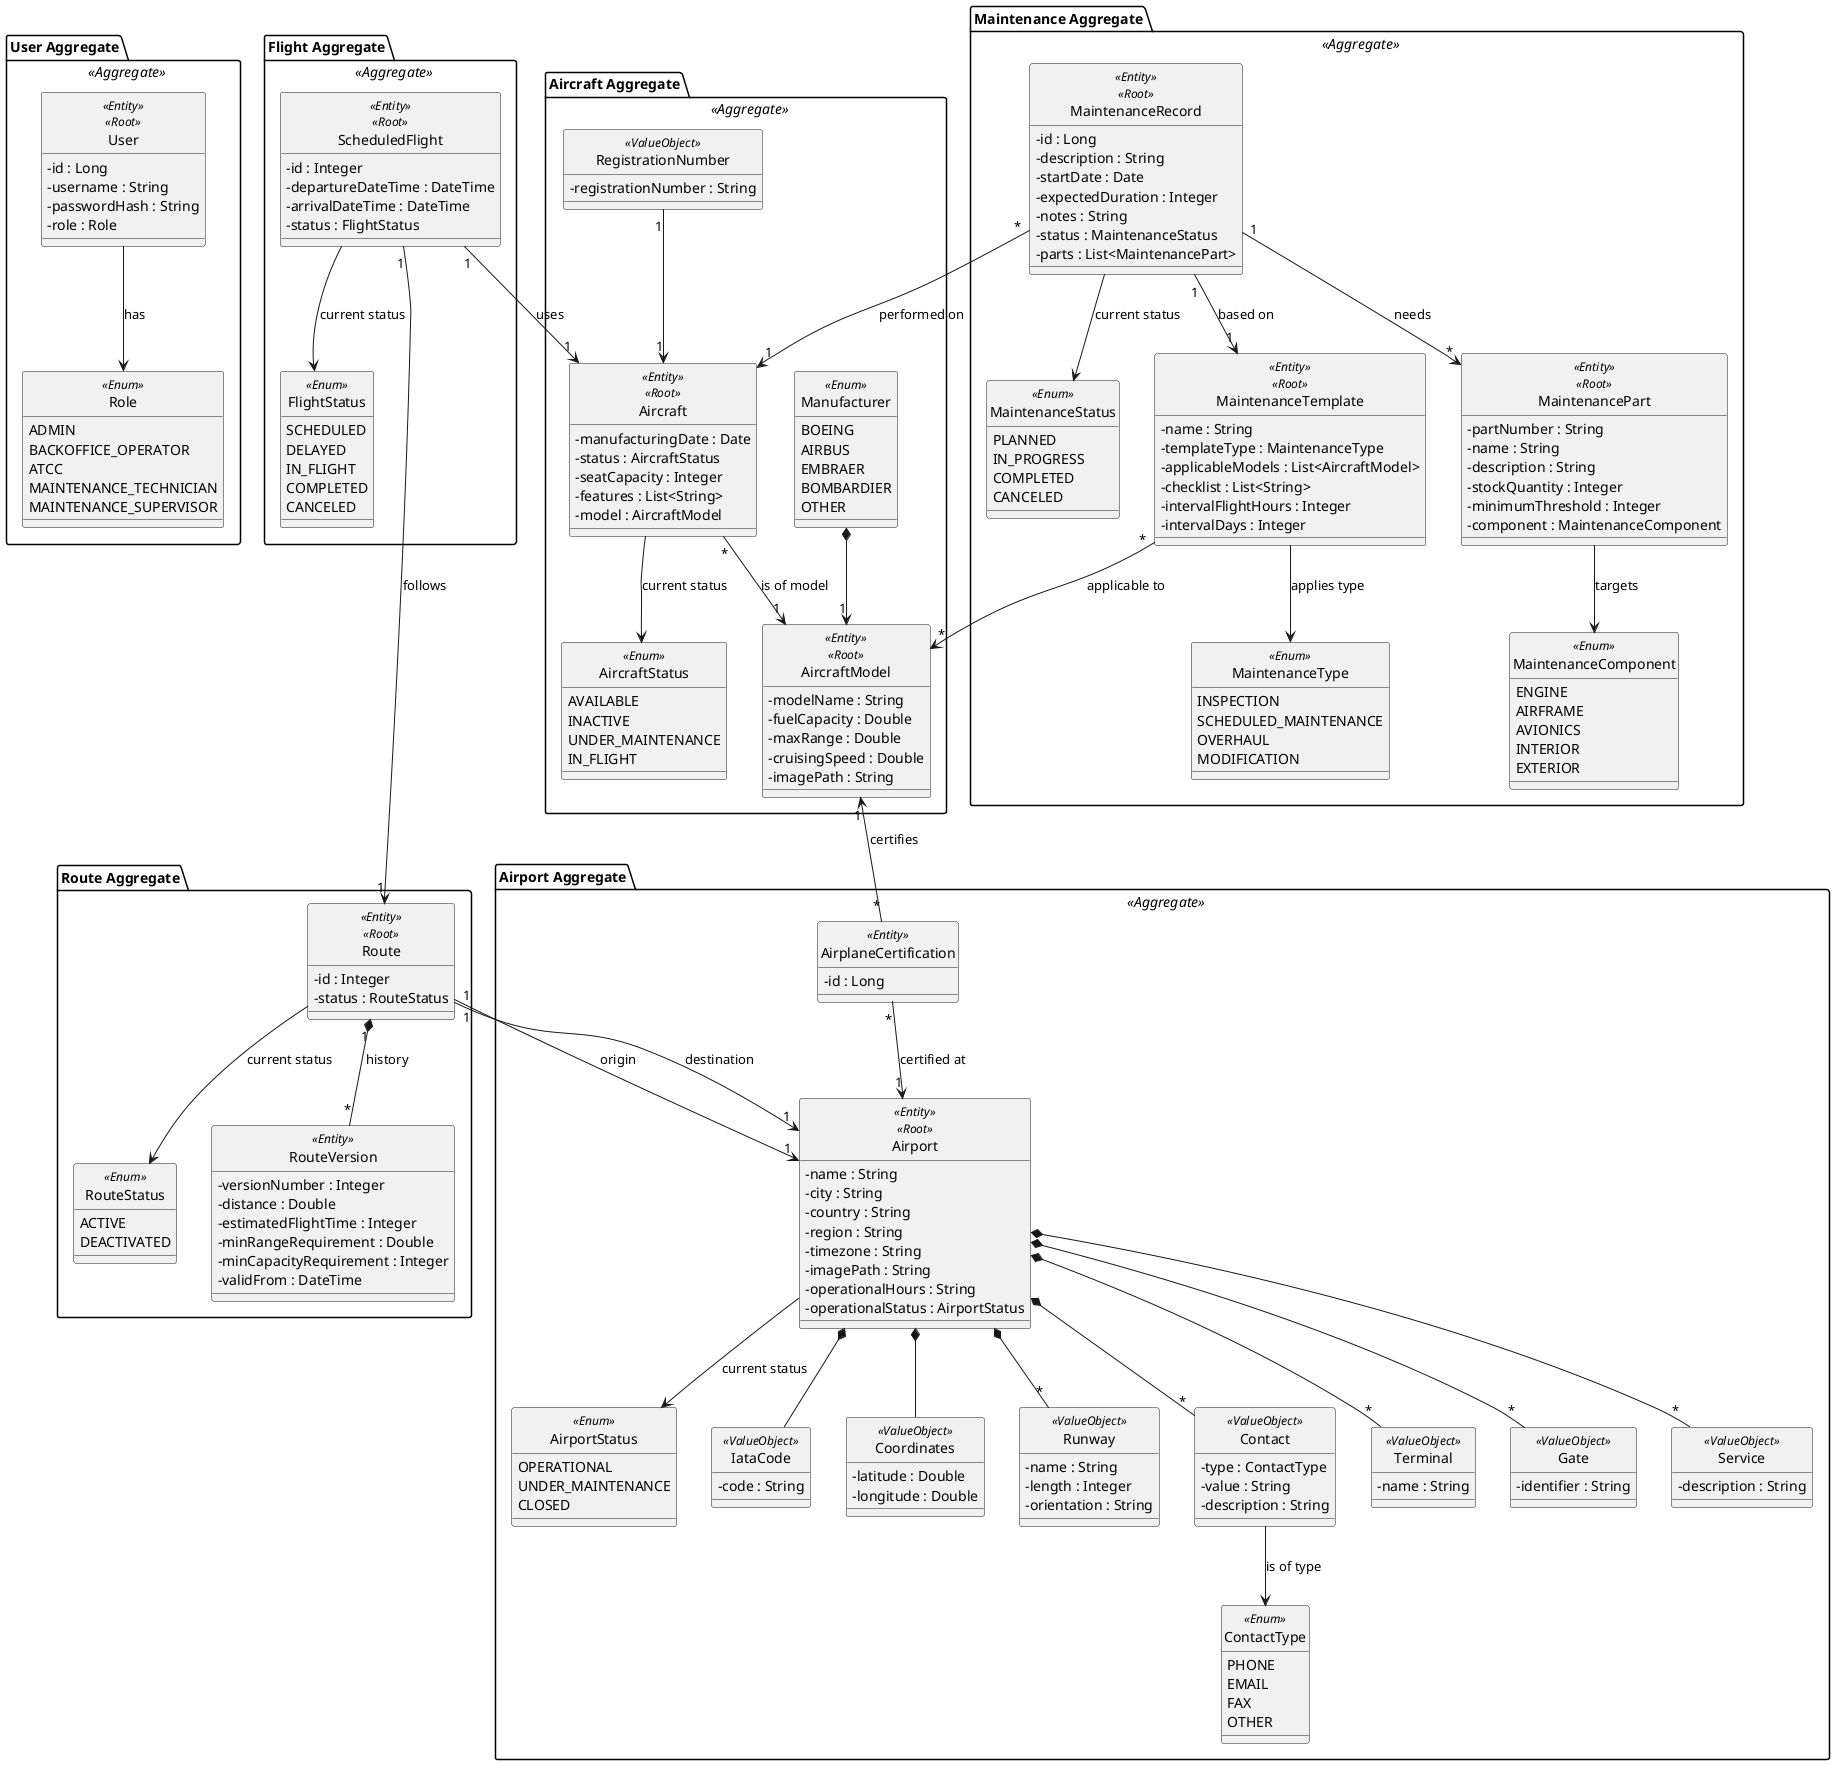
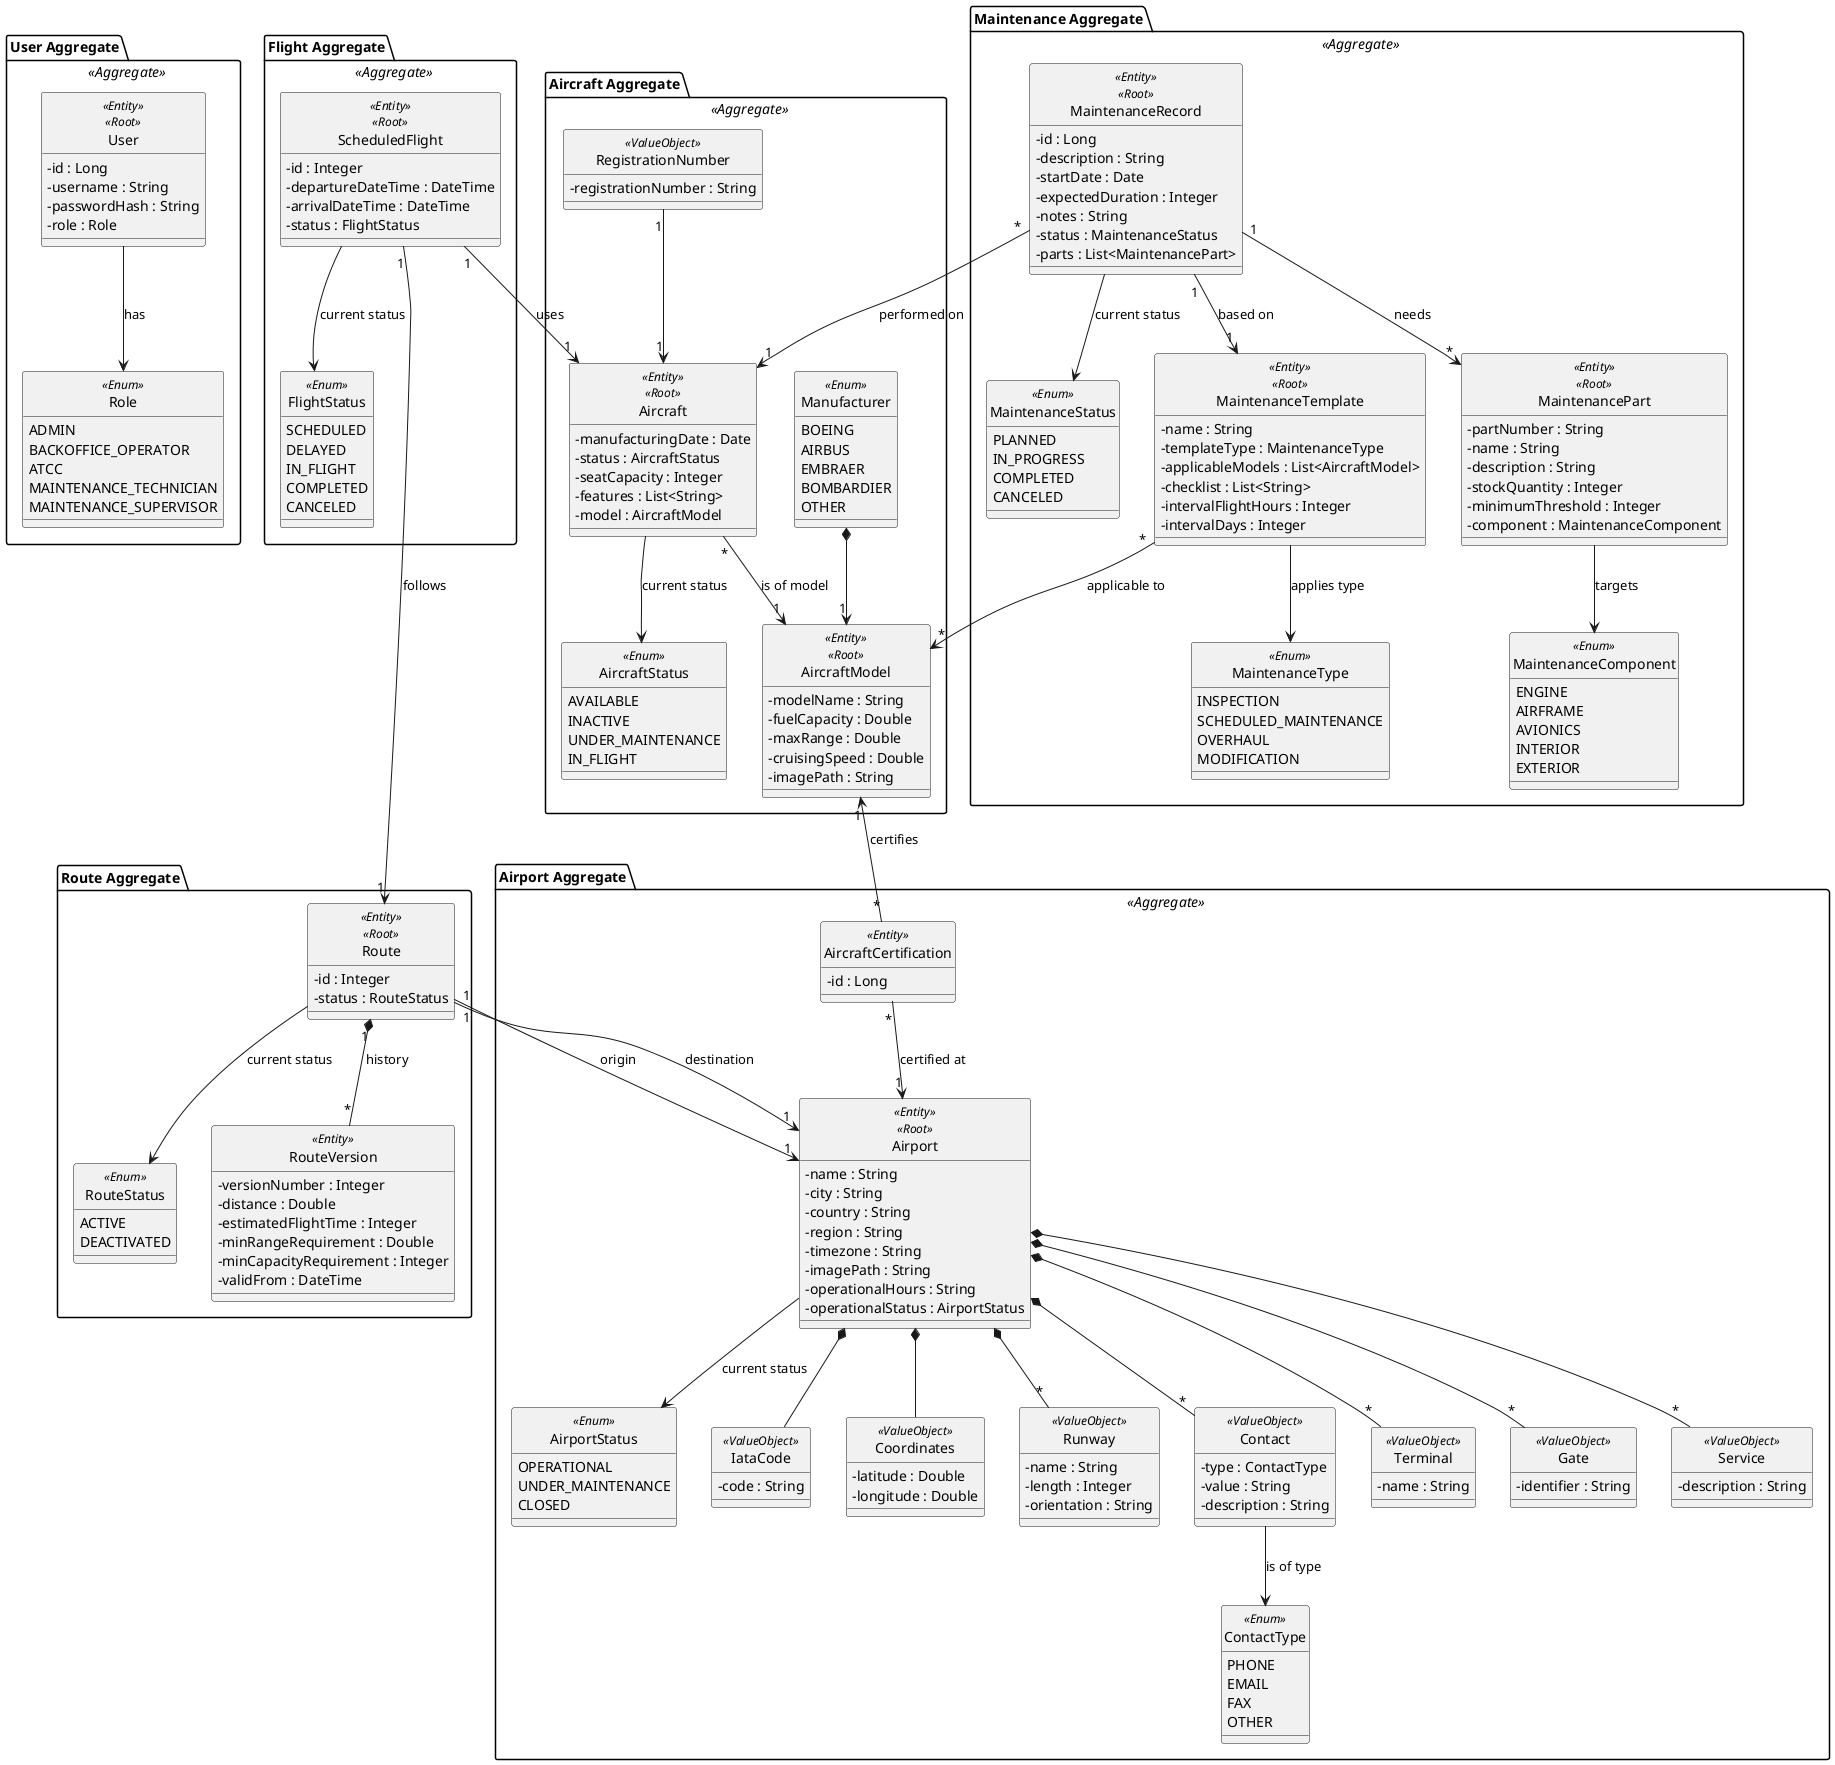
@startuml
skinparam classAttributeIconSize 0
skinparam monochrome true
hide circle

package "User Aggregate" <<Aggregate>> {
  enum Role <<Enum>> {
    ADMIN
    BACKOFFICE_OPERATOR
    ATCC
    MAINTENANCE_TECHNICIAN
    MAINTENANCE_SUPERVISOR
  }

  class User <<Entity>> <<Root>> {
    - id : Long
    - username : String
    - passwordHash : String
    - role : Role
  }

  User --> Role : has
}



package "Aircraft Aggregate" <<Aggregate>> {
  enum AircraftStatus <<Enum>> {
    AVAILABLE
    INACTIVE
    UNDER_MAINTENANCE
    IN_FLIGHT
  }
  enum Manufacturer <<Enum>> {
    BOEING
    AIRBUS
    EMBRAER
    BOMBARDIER
    OTHER
  }
  class Aircraft <<Entity>> <<Root>> {
    - manufacturingDate : Date
    - status : AircraftStatus
    - seatCapacity : Integer
    - features : List<String>
    - model : AircraftModel
  }

  class AircraftModel <<Entity>> <<Root>> {
    - modelName : String
    - fuelCapacity : Double
    - maxRange : Double
    - cruisingSpeed : Double
    - imagePath : String
  }
  class RegistrationNumber <<ValueObject>> {
    - registrationNumber : String
  }
  Aircraft --> AircraftStatus : current status
  RegistrationNumber "1"-->"1" Aircraft
  Manufacturer *-->"1" AircraftModel
}

package "Airport Aggregate" <<Aggregate>> {
  enum AirportStatus <<Enum>> {
     OPERATIONAL
     UNDER_MAINTENANCE
     CLOSED
  }

  enum ContactType <<Enum>> {
     PHONE
     EMAIL
     FAX
     OTHER
  }

  class IataCode <<ValueObject>> {
    - code : String
  }

  class Coordinates <<ValueObject>> {
    - latitude : Double
    - longitude : Double
  }

  class Runway <<ValueObject>> {
    - name : String
    - length : Integer
    - orientation : String
  }

  class Contact <<ValueObject>> {
    - type : ContactType
    - value : String
    - description : String
  }

  class Terminal <<ValueObject>> {
    - name : String
  }

  class Gate <<ValueObject>> {
    - identifier : String
  }

  class Service <<ValueObject>> {
    - description : String
  }

  class Airport <<Entity>> <<Root>> {
    - name : String
    - city : String
    - country : String
    - region : String
    - timezone : String
    - imagePath : String
    - operationalHours : String
    - operationalStatus : AirportStatus
  }

-   class AirplaneCertification <<Entity>> {
+   class AircraftCertification <<Entity>> {
    - id : Long
  }

  Airport --> AirportStatus : current status
  Contact --> ContactType : is of type

  Airport *-- IataCode
  Airport *-- Coordinates
  Airport *-- "*" Runway
  Airport *-- "*" Contact
  Airport *-- "*" Terminal
  Airport *-- "*" Gate
  Airport *-- "*" Service
}

package "Route Aggregate" {
  enum RouteStatus <<Enum>> {
    ACTIVE
    DEACTIVATED
  }

  class Route <<Entity>> <<Root>> {
    - id : Integer
    - status : RouteStatus
  }

  class RouteVersion <<Entity>> {
    - versionNumber : Integer
    - distance : Double
    - estimatedFlightTime : Integer
    - minRangeRequirement : Double
    - minCapacityRequirement : Integer
    - validFrom : DateTime
  }

  Route "1" *-- "*" RouteVersion : history
  Route --> RouteStatus : current status
}

package "Flight Aggregate" <<Aggregate>> {
  enum FlightStatus <<Enum>> {
    SCHEDULED
    DELAYED
    IN_FLIGHT
    COMPLETED
    CANCELED
  }

  class ScheduledFlight <<Entity>> <<Root>> {
    - id : Integer
    - departureDateTime : DateTime
    - arrivalDateTime : DateTime
    - status : FlightStatus
  }

  ScheduledFlight --> FlightStatus : current status
}


package "Maintenance Aggregate" <<Aggregate>> {
  enum MaintenanceStatus <<Enum>> {
     PLANNED
     IN_PROGRESS
     COMPLETED
     CANCELED
  }

  enum MaintenanceType <<Enum>> {
    INSPECTION
    SCHEDULED_MAINTENANCE
    OVERHAUL
    MODIFICATION
  }

  enum MaintenanceComponent <<Enum>> {
    ENGINE
    AIRFRAME
    AVIONICS
    INTERIOR
    EXTERIOR
  }

  class MaintenanceTemplate <<Entity>> <<Root>> {
    - name : String
    - templateType : MaintenanceType
    - applicableModels : List<AircraftModel>
    - checklist : List<String>
    - intervalFlightHours : Integer
    - intervalDays : Integer
  }

  class MaintenanceRecord <<Entity>> <<Root>> {
    - id : Long
    - description : String
    - startDate : Date
    - expectedDuration : Integer
    - notes : String
    - status : MaintenanceStatus
    - parts : List<MaintenancePart>
  }

  class MaintenancePart <<Entity>> <<Root>> {
    - partNumber : String
    - name : String
    - description : String
    - stockQuantity : Integer
    - minimumThreshold : Integer
    - component : MaintenanceComponent
  }

  MaintenanceTemplate --> MaintenanceType : applies type
  MaintenanceRecord --> MaintenanceStatus : current status
  MaintenancePart --> MaintenanceComponent : targets
}


Aircraft "*" --> "1" AircraftModel : is of model
- AircraftModel "1" <-- "*" AirplaneCertification : certifies
- Airport "1" <-up- "*" AirplaneCertification : certified at
+ AircraftModel "1" <-- "*" AircraftCertification : certifies
+ Airport "1" <-up- "*" AircraftCertification : certified at

Route "1" --> "1" Airport : origin
Route "1" --> "1" Airport : destination

ScheduledFlight "1" --> "1" Route : follows
ScheduledFlight "1" --> "1" Aircraft : uses

MaintenanceTemplate "*" --> "*" AircraftModel : applicable to
MaintenanceRecord "1" --> "*" MaintenancePart : needs
MaintenanceRecord "1" --> "1" MaintenanceTemplate : based on
MaintenanceRecord "*" --> "1" Aircraft : performed on

@enduml
